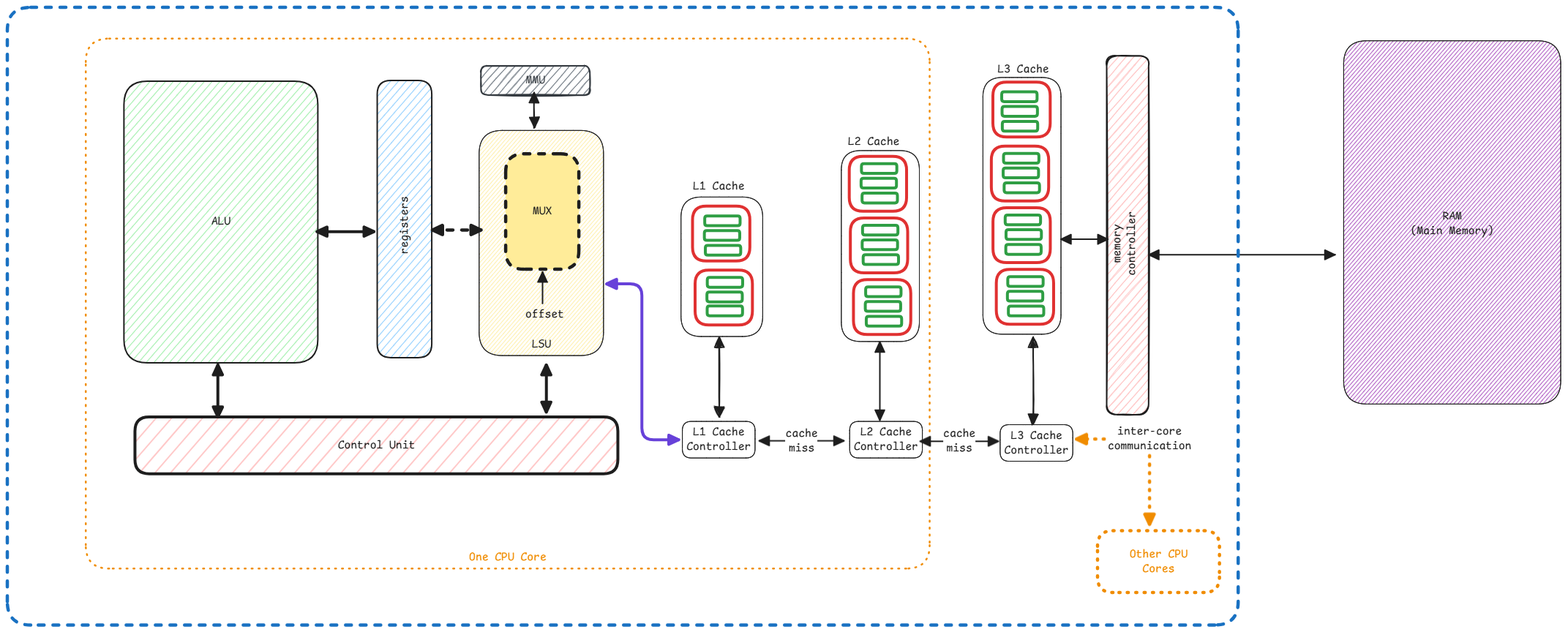
Earlier version of the Excalidraw export static/img/cpu-cache-lines.excalidraw.png (swaroopar/inprogress-engineer). Source tidied: one line per element, renumbered; positions are measured from the earlier drawing's top-left corner, leaving out a move shared by most shapes.
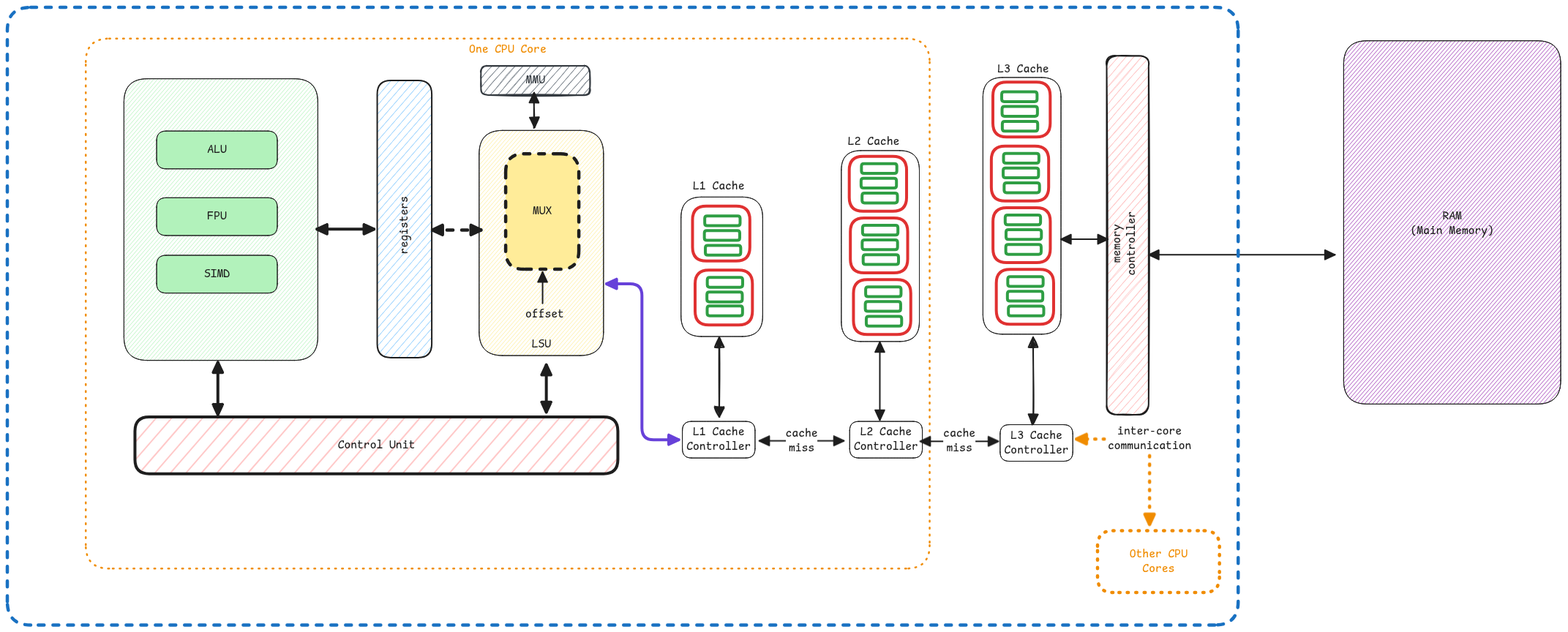
Later version of the same file.

Change to the diagram source:
```diff
@@ -8,8 +8,7 @@
 {"id": 7, "type": "text", "text": "RAM\n(Main Memory)", "strokeColor": "#1e1e1e", "strokeWidth": 1, "roughness": 0, "fontSize": 16, "fontFamily": 8, "textAlign": "center", "x": 1918, "y": 276, "width": 114, "height": 40}
 {"id": 8, "type": "rectangle", "strokeColor": "#1e1e1e", "strokeWidth": 1, "roughness": 0, "round": true, "x": 923, "y": 566, "width": 99, "height": 50}
 {"id": 9, "type": "text", "text": "L1 Cache\nController", "strokeColor": "#1e1e1e", "strokeWidth": 1, "roughness": 0, "fontSize": 16, "fontFamily": 8, "textAlign": "center", "verticalAlign": "middle", "inside": 8, "x": 928, "y": 571, "width": 88, "height": 40}
-{"id": 10, "type": "rectangle", "strokeColor": "#1e1e1e", "backgroundColor": "#b2f2bb", "fillStyle": "hachure", "strokeWidth": 2, "roughness": 0, "round": true, "x": 159, "y": 101, "width": 265, "height": 385}
+{"id": 10, "type": "rectangle", "strokeColor": "#1e1e1e", "backgroundColor": "#b2f2bb", "fillStyle": "hachure", "strokeWidth": 1, "roughness": 0, "round": true, "x": 159, "y": 98, "width": 265, "height": 385}
-{"id": 11, "type": "text", "text": "ALU", "strokeColor": "#1e1e1e", "strokeWidth": 1, "roughness": 0, "fontSize": 16, "fontFamily": 8, "textAlign": "center", "verticalAlign": "middle", "inside": 10, "x": 279, "y": 283, "width": 26, "height": 20}
 {"id": 12, "type": "rectangle", "strokeColor": "#1e1e1e", "backgroundColor": "#ffec99", "fillStyle": "hachure", "strokeWidth": 1, "roughness": 0, "round": true, "x": 645, "y": 168, "width": 170, "height": 308}
 {"id": 13, "type": "text", "text": "LSU", "strokeColor": "#1e1e1e", "strokeWidth": 1, "roughness": 0, "fontSize": 16, "fontFamily": 8, "textAlign": "center", "verticalAlign": "bottom", "inside": 12, "x": 717, "y": 451, "width": 26, "height": 20}
 {"id": 14, "type": "arrow", "strokeColor": "#1e1e1e", "strokeWidth": 2, "roughness": 0, "endArrowhead": "triangle", "round": true, "to": 60, "x": 732, "y": 405, "width": 0, "height": 43, "points": [[0, 0], [0, -43]]}
@@ -64,11 +63,11 @@
 {"id": 63, "type": "arrow", "strokeColor": "#1e1e1e", "strokeWidth": 4, "strokeStyle": "dashed", "roughness": 0, "startArrowhead": "triangle", "endArrowhead": "triangle", "from": 58, "x": 581, "y": 304, "width": 66, "height": 0, "points": [[0, 0], [66, 0]]}
 {"id": 64, "type": "rectangle", "strokeColor": "#1e1e1e", "backgroundColor": "#ffc9c9", "fillStyle": "hachure", "strokeWidth": 4, "roughness": 0, "round": true, "x": 174, "y": 560, "width": 660, "height": 78}
 {"id": 65, "type": "text", "text": "Control Unit", "strokeColor": "#1e1e1e", "strokeWidth": 4, "roughness": 0, "fontSize": 16, "fontFamily": 8, "textAlign": "center", "verticalAlign": "middle", "inside": 64, "x": 452, "y": 589, "width": 106, "height": 20}
-{"id": 66, "type": "arrow", "strokeColor": "#1e1e1e", "strokeWidth": 4, "roughness": 0, "startArrowhead": "triangle", "endArrowhead": "triangle", "to": 64, "x": 288, "y": 489, "width": 0, "height": 71, "points": [[0, 0], [0, 71]]}
+{"id": 66, "type": "arrow", "strokeColor": "#1e1e1e", "strokeWidth": 4, "roughness": 0, "startArrowhead": "triangle", "endArrowhead": "triangle", "x": 288, "y": 486, "width": 0, "height": 71, "points": [[0, 0], [0, 71]]}
 {"id": 67, "type": "arrow", "strokeColor": "#1e1e1e", "strokeWidth": 4, "roughness": 0, "startArrowhead": "triangle", "endArrowhead": "triangle", "x": 737, "y": 489, "width": 0, "height": 64, "points": [[0, 0], [0, 64]]}
-{"id": 68, "type": "arrow", "strokeColor": "#1e1e1e", "strokeWidth": 4, "roughness": 0, "startArrowhead": "triangle", "endArrowhead": "triangle", "x": 423, "y": 307, "width": 78, "height": 0, "points": [[0, 0], [78, 0]]}
+{"id": 68, "type": "arrow", "strokeColor": "#1e1e1e", "strokeWidth": 4, "roughness": 0, "startArrowhead": "triangle", "endArrowhead": "triangle", "x": 423, "y": 303, "width": 78, "height": 0, "points": [[0, 0], [78, 0]]}
 {"id": 69, "type": "rectangle", "strokeColor": "#f08c00", "strokeWidth": 2, "strokeStyle": "dotted", "roughness": 0, "round": true, "x": 107, "y": 43, "width": 1153, "height": 724}
-{"id": 70, "type": "text", "text": "One CPU Core", "strokeColor": "#f08c00", "strokeWidth": 2, "roughness": 0, "fontSize": 16, "fontFamily": 8, "textAlign": "center", "verticalAlign": "bottom", "inside": 69, "x": 631, "y": 742, "width": 106, "height": 20}
+{"id": 70, "type": "text", "text": "One CPU Core", "strokeColor": "#f08c00", "strokeWidth": 2, "roughness": 0, "fontSize": 16, "fontFamily": 8, "textAlign": "center", "inside": 69, "x": 631, "y": 48, "width": 106, "height": 20}
 {"id": 71, "type": "rectangle", "strokeColor": "#1e1e1e", "strokeWidth": 1, "roughness": 0, "round": true, "x": 1151, "y": 566, "width": 99, "height": 50}
 {"id": 72, "type": "text", "text": "L2 Cache\nController", "strokeColor": "#1e1e1e", "strokeWidth": 1, "roughness": 0, "fontSize": 16, "fontFamily": 8, "textAlign": "center", "verticalAlign": "middle", "inside": 71, "x": 1157, "y": 571, "width": 88, "height": 40}
 {"id": 73, "type": "rectangle", "strokeColor": "#1e1e1e", "strokeWidth": 1, "roughness": 0, "round": true, "x": 1357, "y": 571, "width": 99, "height": 50}
@@ -85,4 +84,10 @@
 {"id": 84, "type": "text", "text": "inter-core\ncommunication", "strokeColor": "#1e1e1e", "backgroundColor": "#ffec99", "fillStyle": "hachure", "strokeWidth": 4, "roughness": 0, "fontSize": 16, "fontFamily": 8, "textAlign": "center", "verticalAlign": "middle", "inside": 83, "x": 1504, "y": 570, "width": 114, "height": 40}
 {"id": 85, "type": "rectangle", "strokeColor": "#343a40", "backgroundColor": "#868e96", "fillStyle": "hachure", "strokeWidth": 2, "roughness": 1, "round": true, "x": 647, "y": 80, "width": 149, "height": 40}
 {"id": 86, "type": "text", "text": "MMU", "strokeColor": "#343a40", "strokeWidth": 2, "roughness": 1, "fontSize": 16, "fontFamily": 8, "textAlign": "center", "verticalAlign": "middle", "inside": 85, "x": 709, "y": 90, "width": 26, "height": 20}
-{"id": 87, "type": "arrow", "strokeColor": "#1e1e1e", "strokeWidth": 2, "roughness": 1, "startArrowhead": "triangle", "endArrowhead": "triangle", "round": true, "x": 720, "y": 117, "width": 1, "height": 1, "points": [[0, 0], [0, 47]]}
+{"id": 87, "type": "arrow", "strokeColor": "#1e1e1e", "strokeWidth": 2, "roughness": 1, "startArrowhead": "triangle", "endArrowhead": "triangle", "round": true, "x": 720, "y": 117, "width": 0, "height": 47, "points": [[0, 0], [0, 47]]}
+{"id": 88, "type": "rectangle", "strokeColor": "#1e1e1e", "backgroundColor": "#b2f2bb", "fillStyle": "solid", "strokeWidth": 1, "roughness": 0, "round": true, "x": 204, "y": 169, "width": 165, "height": 52}
+{"id": 11, "type": "text", "text": "ALU", "strokeColor": "#1e1e1e", "backgroundColor": "#b2f2bb", "fillStyle": "solid", "strokeWidth": 2, "roughness": 1, "fontSize": 16, "fontFamily": 8, "textAlign": "center", "verticalAlign": "middle", "inside": 88, "x": 273, "y": 185, "width": 26, "height": 20}
+{"id": 89, "type": "rectangle", "strokeColor": "#1e1e1e", "backgroundColor": "#b2f2bb", "fillStyle": "solid", "strokeWidth": 1, "roughness": 0, "round": true, "x": 204, "y": 260, "width": 165, "height": 52}
+{"id": 90, "type": "text", "text": "FPU", "strokeColor": "#1e1e1e", "backgroundColor": "#b2f2bb", "fillStyle": "solid", "strokeWidth": 1, "roughness": 0, "fontSize": 16, "fontFamily": 8, "textAlign": "center", "verticalAlign": "middle", "inside": 89, "x": 273, "y": 276, "width": 26, "height": 20}
+{"id": 91, "type": "rectangle", "strokeColor": "#1e1e1e", "backgroundColor": "#b2f2bb", "fillStyle": "solid", "strokeWidth": 1, "roughness": 0, "round": true, "x": 204, "y": 339, "width": 165, "height": 52}
+{"id": 92, "type": "text", "text": "SIMD", "strokeColor": "#1e1e1e", "backgroundColor": "#b2f2bb", "fillStyle": "solid", "strokeWidth": 1, "roughness": 0, "fontSize": 16, "fontFamily": 8, "textAlign": "center", "verticalAlign": "middle", "inside": 91, "x": 269, "y": 355, "width": 35, "height": 20}
```
